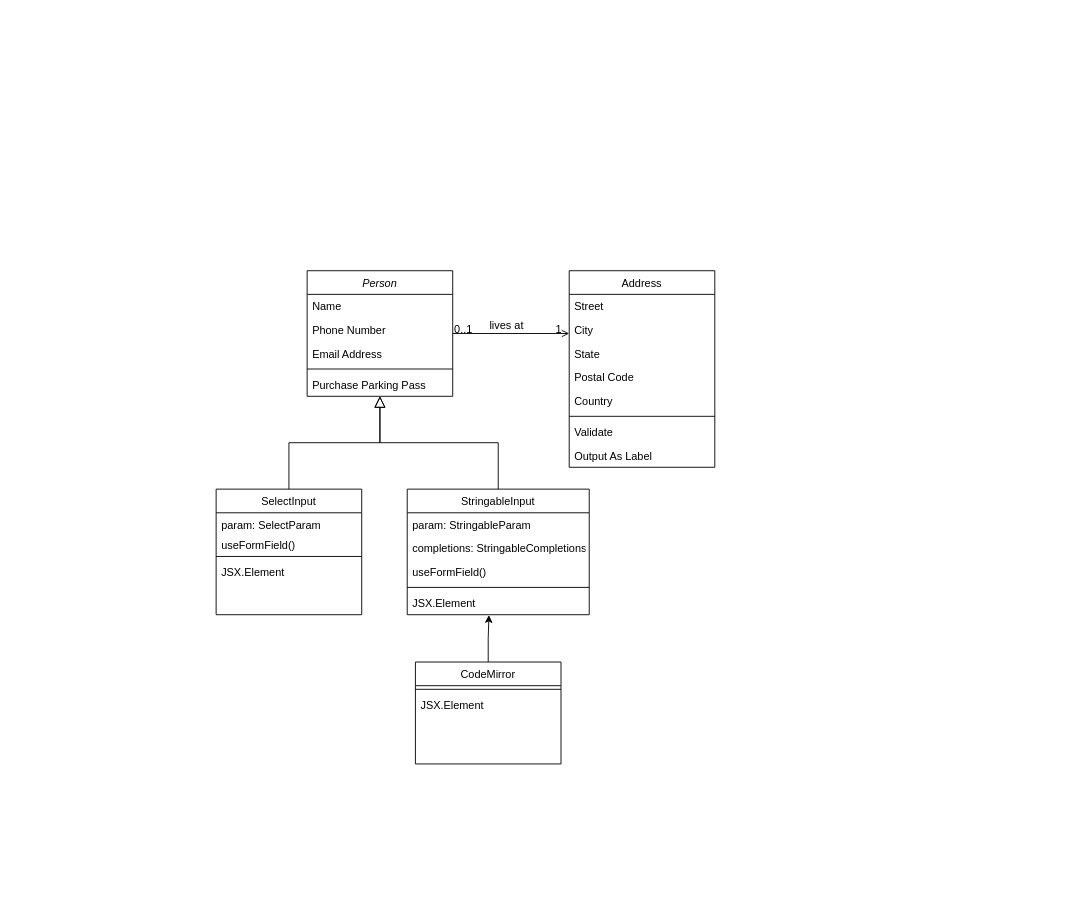
Before: Form.drawio in stone-lyl/assets, a draw.io diagram. Source tidied: cells renumbered, new cells numbered last; positions are measured from the earlier drawing's top-left corner, leaving out a move shared by most shapes. Both pictures are drawn from the tidied source at 91%, with x=0, y=0 at pixel (216, 270).
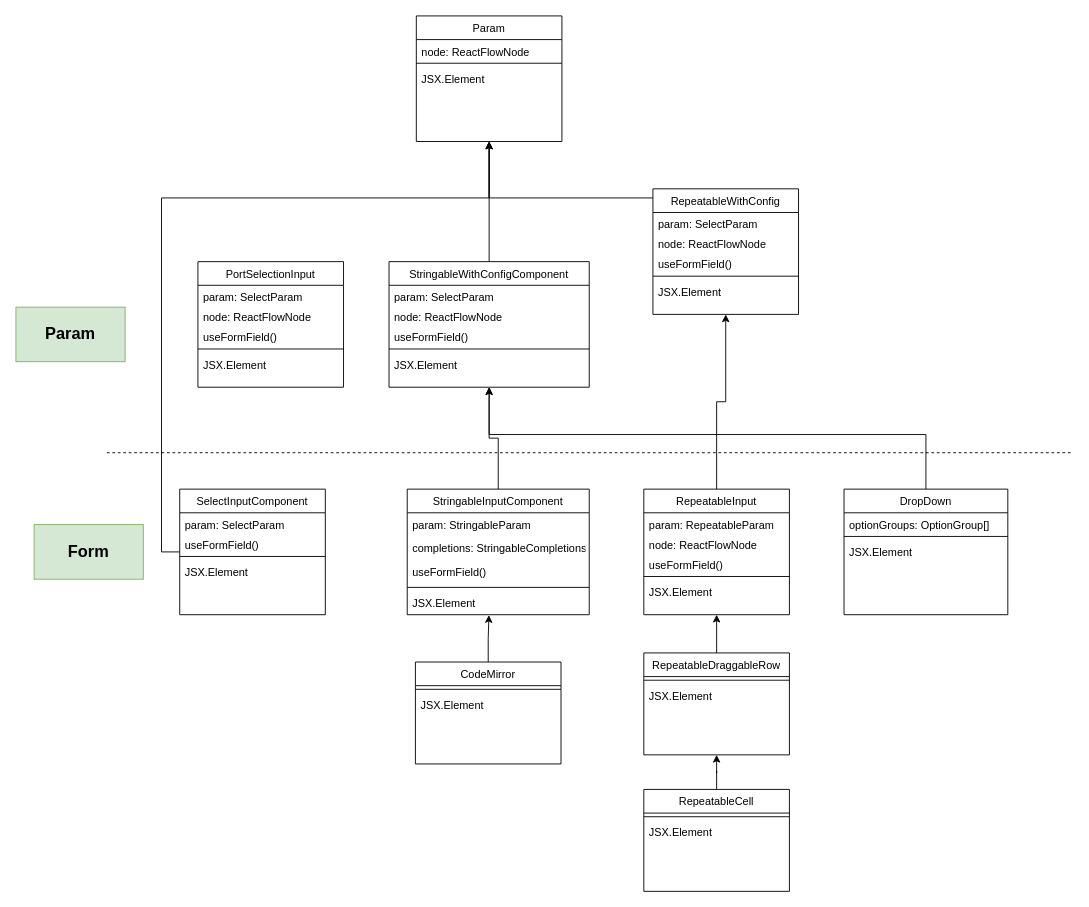
The same diagram, later.

Change to the diagram source:
```diff
@@
-    <mxCell id="2" value="Person" style="swimlane;fontStyle=2;align=center;verticalAlign=top;horizontal=1;startSize=26;rounded=0;shadow=0;strokeWidth=1;" parent="1" vertex="1">
-      <mxGeometry x="100" width="160" height="138" as="geometry" />
-    </mxCell>
-    <mxCell id="3" value="Name" style="text;align=left;verticalAlign=top;spacingLeft=4;spacingRight=4;overflow=hidden;" parent="2" vertex="1">
-      <mxGeometry y="26" width="160" height="26" as="geometry" />
-    </mxCell>
-    <mxCell id="4" value="Phone Number" style="text;align=left;verticalAlign=top;spacingLeft=4;spacingRight=4;overflow=hidden;rounded=0;shadow=0;html=0;" parent="2" vertex="1">
-      <mxGeometry y="52" width="160" height="26" as="geometry" />
-    </mxCell>
-    <mxCell id="5" value="Email Address" style="text;align=left;verticalAlign=top;spacingLeft=4;spacingRight=4;overflow=hidden;rounded=0;shadow=0;html=0;" parent="2" vertex="1">
-      <mxGeometry y="78" width="160" height="26" as="geometry" />
-    </mxCell>
-    <mxCell id="6" style="line;html=1;strokeWidth=1;align=left;verticalAlign=middle;spacingTop=-1;spacingLeft=3;spacingRight=3;labelPosition=right;" parent="2" vertex="1">
-      <mxGeometry y="104" width="160" height="8" as="geometry" />
-    </mxCell>
-    <mxCell id="7" value="Purchase Parking Pass" style="text;align=left;verticalAlign=top;spacingLeft=4;spacingRight=4;overflow=hidden;" parent="2" vertex="1">
-      <mxGeometry y="112" width="160" height="26" as="geometry" />
-    </mxCell>
+    <mxCell id="38" style="edgeStyle=orthogonalEdgeStyle;rounded=0;jettySize=auto;html=1;entryX=0.5;entryY=1;entryDx=0;entryDy=0;" parent="1" edge="1" source="8" target="80">
+      <mxGeometry relative="1" as="geometry">
+        <Array as="points">
+          <mxPoint x="-60" y="309" />
+          <mxPoint x="-60" y="-80" />
+          <mxPoint x="300" y="-80" />
+        </Array>
+      </mxGeometry>
+    </mxCell>
-    <mxCell id="8" value="SelectInput" style="swimlane;fontStyle=0;align=center;verticalAlign=top;horizontal=1;startSize=26;rounded=0;shadow=0;strokeWidth=1;" parent="1" vertex="1">
-      <mxGeometry y="240" width="160" height="138" as="geometry" />
+    <mxCell id="8" value="SelectInputComponent" style="swimlane;fontStyle=0;align=center;verticalAlign=top;horizontal=1;startSize=26;rounded=0;shadow=0;strokeWidth=1;" parent="1" vertex="1">
+      <mxGeometry x="-40" y="240" width="160" height="138" as="geometry" />
     </mxCell>
@@
-    <mxCell id="13" style="endArrow=block;endSize=10;endFill=0;shadow=0;strokeWidth=1;rounded=0;curved=0;edgeStyle=elbowEdgeStyle;elbow=vertical;" parent="1" edge="1" source="8" target="2">
-      <mxGeometry relative="1" as="geometry" />
-    </mxCell>
+    <mxCell id="39" style="edgeStyle=orthogonalEdgeStyle;rounded=0;jettySize=auto;html=1;entryX=0.5;entryY=1;entryDx=0;entryDy=0;" parent="1" edge="1" source="14" target="74">
+      <mxGeometry relative="1" as="geometry" />
+    </mxCell>
-    <mxCell id="14" value="StringableInput" style="swimlane;fontStyle=0;align=center;verticalAlign=top;horizontal=1;startSize=26;rounded=0;shadow=0;strokeWidth=1;" parent="1" vertex="1">
+    <mxCell id="14" value="StringableInputComponent" style="swimlane;fontStyle=0;align=center;verticalAlign=top;horizontal=1;startSize=26;rounded=0;shadow=0;strokeWidth=1;" parent="1" vertex="1">
       <mxGeometry x="210" y="240" width="200" height="138" as="geometry" />
     </mxCell>
@@
-    <mxCell id="20" style="endArrow=block;endSize=10;endFill=0;shadow=0;strokeWidth=1;rounded=0;curved=0;edgeStyle=elbowEdgeStyle;elbow=vertical;" parent="1" edge="1" source="14" target="2">
-      <mxGeometry relative="1" as="geometry" />
-    </mxCell>
-    <mxCell id="21" value="Address" style="swimlane;fontStyle=0;align=center;verticalAlign=top;horizontal=1;startSize=26;rounded=0;shadow=0;strokeWidth=1;" parent="1" vertex="1">
-      <mxGeometry x="388" width="160" height="216" as="geometry" />
-    </mxCell>
-    <mxCell id="22" value="Street" style="text;align=left;verticalAlign=top;spacingLeft=4;spacingRight=4;overflow=hidden;" parent="21" vertex="1">
-      <mxGeometry y="26" width="160" height="26" as="geometry" />
-    </mxCell>
-    <mxCell id="23" value="City" style="text;align=left;verticalAlign=top;spacingLeft=4;spacingRight=4;overflow=hidden;rounded=0;shadow=0;html=0;" parent="21" vertex="1">
-      <mxGeometry y="52" width="160" height="26" as="geometry" />
-    </mxCell>
-    <mxCell id="24" value="State" style="text;align=left;verticalAlign=top;spacingLeft=4;spacingRight=4;overflow=hidden;rounded=0;shadow=0;html=0;" parent="21" vertex="1">
-      <mxGeometry y="78" width="160" height="26" as="geometry" />
-    </mxCell>
-    <mxCell id="25" value="Postal Code" style="text;align=left;verticalAlign=top;spacingLeft=4;spacingRight=4;overflow=hidden;rounded=0;shadow=0;html=0;" parent="21" vertex="1">
-      <mxGeometry y="104" width="160" height="26" as="geometry" />
-    </mxCell>
-    <mxCell id="26" value="Country" style="text;align=left;verticalAlign=top;spacingLeft=4;spacingRight=4;overflow=hidden;rounded=0;shadow=0;html=0;" parent="21" vertex="1">
-      <mxGeometry y="130" width="160" height="26" as="geometry" />
-    </mxCell>
-    <mxCell id="27" style="line;html=1;strokeWidth=1;align=left;verticalAlign=middle;spacingTop=-1;spacingLeft=3;spacingRight=3;labelPosition=right;" parent="21" vertex="1">
-      <mxGeometry y="156" width="160" height="8" as="geometry" />
-    </mxCell>
-    <mxCell id="28" value="Validate" style="text;align=left;verticalAlign=top;spacingLeft=4;spacingRight=4;overflow=hidden;" parent="21" vertex="1">
-      <mxGeometry y="164" width="160" height="26" as="geometry" />
-    </mxCell>
-    <mxCell id="29" value="Output As Label" style="text;align=left;verticalAlign=top;spacingLeft=4;spacingRight=4;overflow=hidden;" parent="21" vertex="1">
-      <mxGeometry y="190" width="160" height="26" as="geometry" />
-    </mxCell>
-    <mxCell id="30" style="endArrow=open;shadow=0;strokeWidth=1;rounded=0;curved=0;endFill=1;edgeStyle=elbowEdgeStyle;elbow=vertical;" parent="1" edge="1" source="2" target="21">
-      <mxGeometry x="0.5" y="41" relative="1" as="geometry">
-        <mxPoint x="-40" y="32" as="offset" />
-      </mxGeometry>
-    </mxCell>
-    <mxCell id="31" value="0..1" style="align=left;verticalAlign=bottom;labelBackgroundColor=none;fontSize=12;" parent="30" vertex="1">
-      <mxGeometry x="-1" relative="1" as="geometry">
-        <mxPoint y="4" as="offset" />
-      </mxGeometry>
-    </mxCell>
-    <mxCell id="32" value="1" style="align=right;verticalAlign=bottom;labelBackgroundColor=none;fontSize=12;" parent="30" vertex="1">
-      <mxGeometry x="1" relative="1" as="geometry">
-        <mxPoint x="-7" y="4" as="offset" />
-      </mxGeometry>
-    </mxCell>
-    <mxCell id="33" value="lives at" style="text;html=1;align=center;verticalAlign=middle;labelBackgroundColor=none;rounded=0;shadow=0;strokeWidth=1;fontSize=12;" parent="30" vertex="1">
-      <mxGeometry x="0.5" y="49" relative="1" as="geometry">
-        <mxPoint x="-38" y="40" as="offset" />
-      </mxGeometry>
-    </mxCell>
@@
+    <mxCell id="40" style="edgeStyle=orthogonalEdgeStyle;rounded=0;jettySize=auto;html=1;entryX=0.5;entryY=1;entryDx=0;entryDy=0;" parent="1" edge="1" source="41" target="62">
+      <mxGeometry relative="1" as="geometry" />
+    </mxCell>
+    <mxCell id="41" value="RepeatableInput" style="swimlane;fontStyle=0;align=center;verticalAlign=top;horizontal=1;startSize=26;rounded=0;shadow=0;strokeWidth=1;" parent="1" vertex="1">
+      <mxGeometry x="470" y="240" width="160" height="138" as="geometry" />
+    </mxCell>
+    <mxCell id="42" value="param: RepeatableParam" style="text;align=left;verticalAlign=top;spacingLeft=4;spacingRight=4;overflow=hidden;" parent="41" vertex="1">
+      <mxGeometry y="26" width="160" height="22" as="geometry" />
+    </mxCell>
+    <mxCell id="43" value="node: ReactFlowNode" style="text;align=left;verticalAlign=top;spacingLeft=4;spacingRight=4;overflow=hidden;" parent="41" vertex="1">
+      <mxGeometry y="48" width="160" height="22" as="geometry" />
+    </mxCell>
+    <mxCell id="44" value="useFormField()" style="text;align=left;verticalAlign=top;spacingLeft=4;spacingRight=4;overflow=hidden;" parent="41" vertex="1">
+      <mxGeometry y="70" width="160" height="22" as="geometry" />
+    </mxCell>
+    <mxCell id="45" style="line;html=1;strokeWidth=1;align=left;verticalAlign=middle;spacingTop=-1;spacingLeft=3;spacingRight=3;labelPosition=right;" parent="41" vertex="1">
+      <mxGeometry y="92" width="160" height="8" as="geometry" />
+    </mxCell>
+    <mxCell id="46" value="JSX.Element" style="text;align=left;verticalAlign=top;spacingLeft=4;spacingRight=4;overflow=hidden;" parent="41" vertex="1">
+      <mxGeometry y="100" width="160" height="26" as="geometry" />
+    </mxCell>
+    <mxCell id="47" style="edgeStyle=orthogonalEdgeStyle;rounded=0;jettySize=auto;html=1;entryX=0.5;entryY=1;entryDx=0;entryDy=0;" parent="1" edge="1" source="48" target="41">
+      <mxGeometry relative="1" as="geometry" />
+    </mxCell>
+    <mxCell id="48" value="RepeatableDraggableRow" style="swimlane;fontStyle=0;align=center;verticalAlign=top;horizontal=1;startSize=26;rounded=0;shadow=0;strokeWidth=1;" parent="1" vertex="1">
+      <mxGeometry x="470" y="420" width="160" height="112" as="geometry" />
+    </mxCell>
+    <mxCell id="49" style="line;html=1;strokeWidth=1;align=left;verticalAlign=middle;spacingTop=-1;spacingLeft=3;spacingRight=3;labelPosition=right;" parent="48" vertex="1">
+      <mxGeometry y="26" width="160" height="8" as="geometry" />
+    </mxCell>
+    <mxCell id="50" value="JSX.Element" style="text;align=left;verticalAlign=top;spacingLeft=4;spacingRight=4;overflow=hidden;" parent="48" vertex="1">
+      <mxGeometry y="34" width="160" height="26" as="geometry" />
+    </mxCell>
+    <mxCell id="51" style="edgeStyle=orthogonalEdgeStyle;rounded=0;jettySize=auto;html=1;entryX=0.5;entryY=1;entryDx=0;entryDy=0;" parent="1" edge="1" source="52" target="48">
+      <mxGeometry relative="1" as="geometry" />
+    </mxCell>
+    <mxCell id="52" value="RepeatableCell" style="swimlane;fontStyle=0;align=center;verticalAlign=top;horizontal=1;startSize=26;rounded=0;shadow=0;strokeWidth=1;" parent="1" vertex="1">
+      <mxGeometry x="470" y="570" width="160" height="112" as="geometry" />
+    </mxCell>
+    <mxCell id="53" style="line;html=1;strokeWidth=1;align=left;verticalAlign=middle;spacingTop=-1;spacingLeft=3;spacingRight=3;labelPosition=right;" parent="52" vertex="1">
+      <mxGeometry y="26" width="160" height="8" as="geometry" />
+    </mxCell>
+    <mxCell id="54" value="JSX.Element" style="text;align=left;verticalAlign=top;spacingLeft=4;spacingRight=4;overflow=hidden;" parent="52" vertex="1">
+      <mxGeometry y="34" width="160" height="26" as="geometry" />
+    </mxCell>
+    <mxCell id="55" value="PortSelectionInput" style="swimlane;fontStyle=0;align=center;verticalAlign=top;horizontal=1;startSize=26;rounded=0;shadow=0;strokeWidth=1;" parent="1" vertex="1">
+      <mxGeometry x="-20" y="-10" width="160" height="138" as="geometry" />
+    </mxCell>
+    <mxCell id="56" value="param: SelectParam" style="text;align=left;verticalAlign=top;spacingLeft=4;spacingRight=4;overflow=hidden;" parent="55" vertex="1">
+      <mxGeometry y="26" width="160" height="22" as="geometry" />
+    </mxCell>
+    <mxCell id="57" value="node: ReactFlowNode" style="text;align=left;verticalAlign=top;spacingLeft=4;spacingRight=4;overflow=hidden;" parent="55" vertex="1">
+      <mxGeometry y="48" width="160" height="22" as="geometry" />
+    </mxCell>
+    <mxCell id="58" value="useFormField()" style="text;align=left;verticalAlign=top;spacingLeft=4;spacingRight=4;overflow=hidden;" parent="55" vertex="1">
+      <mxGeometry y="70" width="160" height="22" as="geometry" />
+    </mxCell>
+    <mxCell id="59" style="line;html=1;strokeWidth=1;align=left;verticalAlign=middle;spacingTop=-1;spacingLeft=3;spacingRight=3;labelPosition=right;" parent="55" vertex="1">
+      <mxGeometry y="92" width="160" height="8" as="geometry" />
+    </mxCell>
+    <mxCell id="60" value="JSX.Element" style="text;align=left;verticalAlign=top;spacingLeft=4;spacingRight=4;overflow=hidden;" parent="55" vertex="1">
+      <mxGeometry y="100" width="160" height="26" as="geometry" />
+    </mxCell>
+    <mxCell id="61" style="edgeStyle=orthogonalEdgeStyle;rounded=0;jettySize=auto;html=1;entryX=0.5;entryY=1;entryDx=0;entryDy=0;" parent="1" edge="1" source="62" target="80">
+      <mxGeometry relative="1" as="geometry">
+        <Array as="points">
+          <mxPoint x="300" y="-80" />
+        </Array>
+      </mxGeometry>
+    </mxCell>
+    <mxCell id="62" value="RepeatableWithConfig" style="swimlane;fontStyle=0;align=center;verticalAlign=top;horizontal=1;startSize=26;rounded=0;shadow=0;strokeWidth=1;" parent="1" vertex="1">
+      <mxGeometry x="480" y="-90" width="160" height="138" as="geometry" />
+    </mxCell>
+    <mxCell id="63" value="param: SelectParam" style="text;align=left;verticalAlign=top;spacingLeft=4;spacingRight=4;overflow=hidden;" parent="62" vertex="1">
+      <mxGeometry y="26" width="160" height="22" as="geometry" />
+    </mxCell>
+    <mxCell id="64" value="node: ReactFlowNode" style="text;align=left;verticalAlign=top;spacingLeft=4;spacingRight=4;overflow=hidden;" parent="62" vertex="1">
+      <mxGeometry y="48" width="160" height="22" as="geometry" />
+    </mxCell>
+    <mxCell id="65" value="useFormField()" style="text;align=left;verticalAlign=top;spacingLeft=4;spacingRight=4;overflow=hidden;" parent="62" vertex="1">
+      <mxGeometry y="70" width="160" height="22" as="geometry" />
+    </mxCell>
+    <mxCell id="66" style="line;html=1;strokeWidth=1;align=left;verticalAlign=middle;spacingTop=-1;spacingLeft=3;spacingRight=3;labelPosition=right;" parent="62" vertex="1">
+      <mxGeometry y="92" width="160" height="8" as="geometry" />
+    </mxCell>
+    <mxCell id="67" value="JSX.Element" style="text;align=left;verticalAlign=top;spacingLeft=4;spacingRight=4;overflow=hidden;" parent="62" vertex="1">
+      <mxGeometry y="100" width="160" height="26" as="geometry" />
+    </mxCell>
+    <mxCell id="68" style="edgeStyle=orthogonalEdgeStyle;rounded=0;jettySize=auto;html=1;entryX=0.5;entryY=1;entryDx=0;entryDy=0;" parent="1" edge="1" source="69" target="74">
+      <mxGeometry relative="1" as="geometry">
+        <Array as="points">
+          <mxPoint x="780" y="180" />
+          <mxPoint x="300" y="180" />
+        </Array>
+      </mxGeometry>
+    </mxCell>
+    <mxCell id="69" value="DropDown" style="swimlane;fontStyle=0;align=center;verticalAlign=top;horizontal=1;startSize=26;rounded=0;shadow=0;strokeWidth=1;" parent="1" vertex="1">
+      <mxGeometry x="690" y="240" width="180" height="138" as="geometry" />
+    </mxCell>
+    <mxCell id="70" value="optionGroups: OptionGroup[]" style="text;align=left;verticalAlign=top;spacingLeft=4;spacingRight=4;overflow=hidden;" parent="69" vertex="1">
+      <mxGeometry y="26" width="180" height="22" as="geometry" />
+    </mxCell>
+    <mxCell id="71" style="line;html=1;strokeWidth=1;align=left;verticalAlign=middle;spacingTop=-1;spacingLeft=3;spacingRight=3;labelPosition=right;" parent="69" vertex="1">
+      <mxGeometry y="48" width="180" height="8" as="geometry" />
+    </mxCell>
+    <mxCell id="72" value="JSX.Element" style="text;align=left;verticalAlign=top;spacingLeft=4;spacingRight=4;overflow=hidden;" parent="69" vertex="1">
+      <mxGeometry y="56" width="180" height="26" as="geometry" />
+    </mxCell>
+    <mxCell id="73" style="edgeStyle=orthogonalEdgeStyle;rounded=0;jettySize=auto;html=1;entryX=0.5;entryY=1;entryDx=0;entryDy=0;" parent="1" edge="1" source="74" target="80">
+      <mxGeometry relative="1" as="geometry" />
+    </mxCell>
+    <mxCell id="74" value="StringableWithConfigComponent" style="swimlane;fontStyle=0;align=center;verticalAlign=top;horizontal=1;startSize=26;rounded=0;shadow=0;strokeWidth=1;" parent="1" vertex="1">
+      <mxGeometry x="190" y="-10" width="220" height="138" as="geometry" />
+    </mxCell>
+    <mxCell id="75" value="param: SelectParam" style="text;align=left;verticalAlign=top;spacingLeft=4;spacingRight=4;overflow=hidden;" parent="74" vertex="1">
+      <mxGeometry y="26" width="220" height="22" as="geometry" />
+    </mxCell>
+    <mxCell id="76" value="node: ReactFlowNode" style="text;align=left;verticalAlign=top;spacingLeft=4;spacingRight=4;overflow=hidden;" parent="74" vertex="1">
+      <mxGeometry y="48" width="220" height="22" as="geometry" />
+    </mxCell>
+    <mxCell id="77" value="useFormField()" style="text;align=left;verticalAlign=top;spacingLeft=4;spacingRight=4;overflow=hidden;" parent="74" vertex="1">
+      <mxGeometry y="70" width="220" height="22" as="geometry" />
+    </mxCell>
+    <mxCell id="78" style="line;html=1;strokeWidth=1;align=left;verticalAlign=middle;spacingTop=-1;spacingLeft=3;spacingRight=3;labelPosition=right;" parent="74" vertex="1">
+      <mxGeometry y="92" width="220" height="8" as="geometry" />
+    </mxCell>
+    <mxCell id="79" value="JSX.Element" style="text;align=left;verticalAlign=top;spacingLeft=4;spacingRight=4;overflow=hidden;" parent="74" vertex="1">
+      <mxGeometry y="100" width="220" height="26" as="geometry" />
+    </mxCell>
+    <mxCell id="80" value="Param" style="swimlane;fontStyle=0;align=center;verticalAlign=top;horizontal=1;startSize=26;rounded=0;shadow=0;strokeWidth=1;" parent="1" vertex="1">
+      <mxGeometry x="220" y="-280" width="160" height="138" as="geometry" />
+    </mxCell>
+    <mxCell id="81" value="node: ReactFlowNode" style="text;align=left;verticalAlign=top;spacingLeft=4;spacingRight=4;overflow=hidden;" parent="80" vertex="1">
+      <mxGeometry y="26" width="160" height="22" as="geometry" />
+    </mxCell>
+    <mxCell id="82" style="line;html=1;strokeWidth=1;align=left;verticalAlign=middle;spacingTop=-1;spacingLeft=3;spacingRight=3;labelPosition=right;" parent="80" vertex="1">
+      <mxGeometry y="48" width="160" height="8" as="geometry" />
+    </mxCell>
+    <mxCell id="83" value="JSX.Element" style="text;align=left;verticalAlign=top;spacingLeft=4;spacingRight=4;overflow=hidden;" parent="80" vertex="1">
+      <mxGeometry y="56" width="160" height="26" as="geometry" />
+    </mxCell>
+    <mxCell id="84" style="endArrow=none;dashed=1;html=1;rounded=0;" parent="1" edge="1">
+      <mxGeometry relative="1" as="geometry">
+        <mxPoint x="-120" y="200" as="sourcePoint" />
+        <mxPoint x="940.9" y="200" as="targetPoint" />
+      </mxGeometry>
+    </mxCell>
+    <mxCell id="85" value="&lt;font style=&quot;font-size: 18px;&quot;&gt;&lt;b&gt;Form&lt;/b&gt;&lt;/font&gt;" style="rounded=0;whiteSpace=wrap;html=1;fillColor=#d5e8d4;strokeColor=#82b366;" parent="1" vertex="1">
+      <mxGeometry x="-200" y="279" width="120" height="60" as="geometry" />
+    </mxCell>
+    <mxCell id="86" value="&lt;span style=&quot;font-size: 18px;&quot;&gt;&lt;b&gt;Param&lt;/b&gt;&lt;/span&gt;" style="rounded=0;whiteSpace=wrap;html=1;fillColor=#d5e8d4;strokeColor=#82b366;" parent="1" vertex="1">
+      <mxGeometry x="-220" y="40" width="120" height="60" as="geometry" />
+    </mxCell>
```
